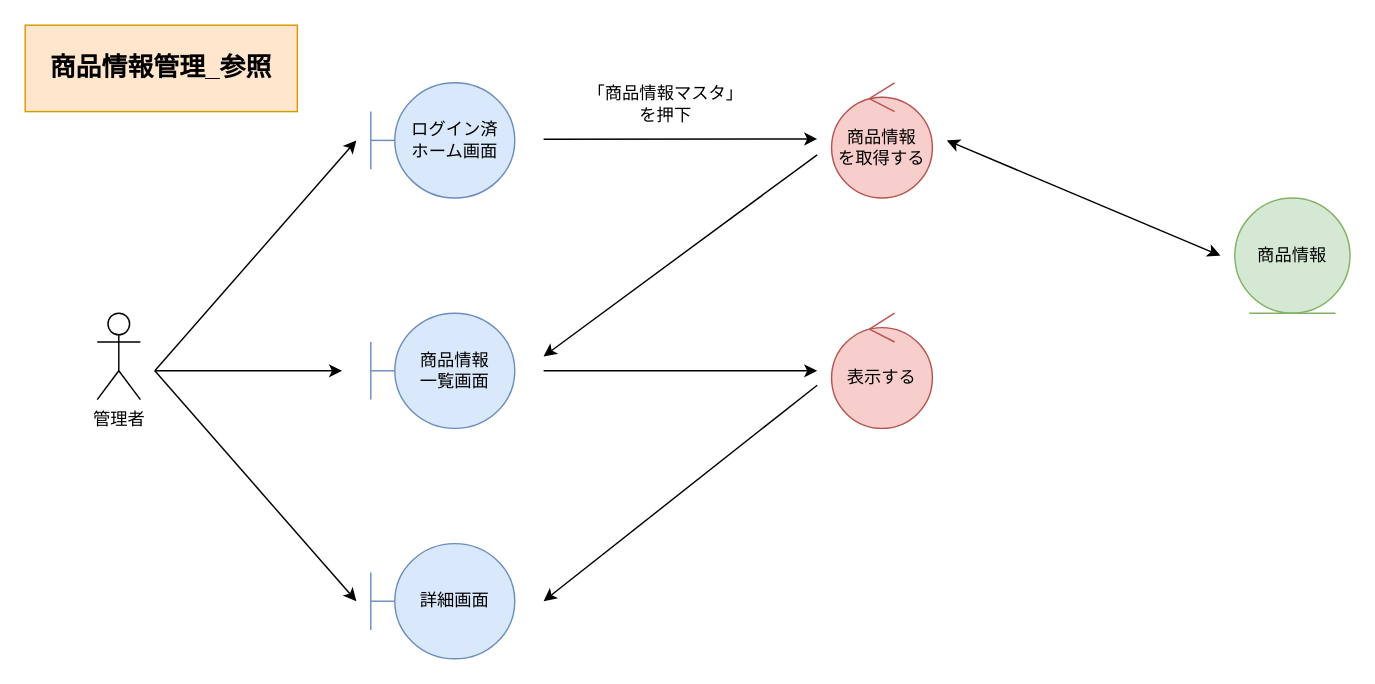
Above: page "*商品情報管理_参照" (2 of 4) of 各種設計書/3ロバストネス図/マスタ管理/4.商品情報マスタ.drawio in HaruShim/Sotuken (draw.io), before the change. Source tidied: cells renumbered, new cells numbered last; positions are measured from the earlier drawing's top-left corner, leaving out a move shared by most shapes. Both pictures are drawn from the tidied source at 144%, with x=0, y=0 at pixel (24, 24).
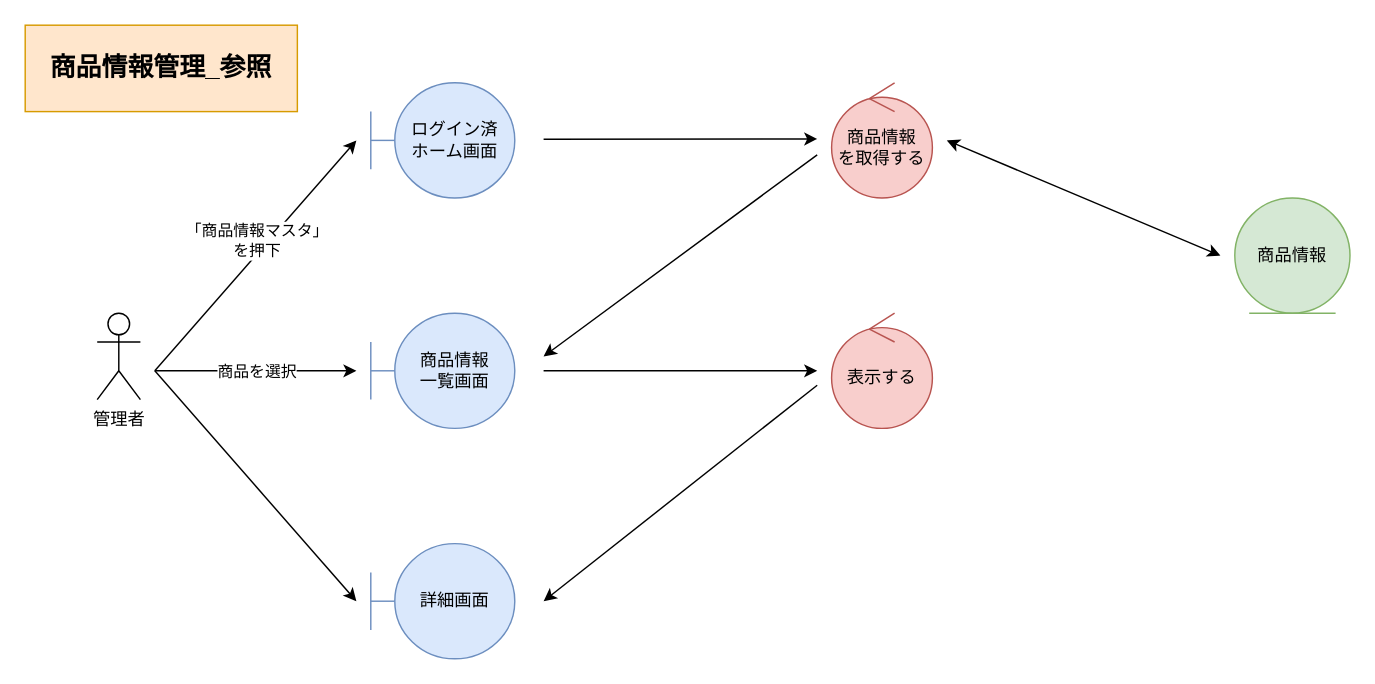
The same page after the edit.

Change to the diagram source:
```diff
@@
-    <mxCell id="2" value="管理者" style="shape=umlActor;verticalLabelPosition=bottom;verticalAlign=top;html=1;" parent="1" vertex="1">
-      <mxGeometry x="50" y="200" width="30" height="60" as="geometry" />
-    </mxCell>
@@
-    <mxCell id="6" style="endArrow=classic;html=1;rounded=0;" parent="1" edge="1">
-      <mxGeometry relative="1" as="geometry">
-        <mxPoint x="90" y="240" as="sourcePoint" />
-        <mxPoint x="230" y="80" as="targetPoint" />
-      </mxGeometry>
-    </mxCell>
-    <mxCell id="7" style="endArrow=classic;html=1;rounded=0;" parent="1" edge="1">
-      <mxGeometry relative="1" as="geometry">
-        <mxPoint x="90" y="240" as="sourcePoint" />
-        <mxPoint x="220" y="240" as="targetPoint" />
-      </mxGeometry>
-    </mxCell>
-    <mxCell id="8" style="endArrow=classic;html=1;rounded=0;" parent="1" edge="1">
-      <mxGeometry relative="1" as="geometry">
-        <mxPoint x="90" y="240" as="sourcePoint" />
-        <mxPoint x="230" y="400" as="targetPoint" />
-      </mxGeometry>
-    </mxCell>
@@
-    <mxCell id="13" value="「商品情報マスタ」&lt;br&gt;を押下" style="text;html=1;strokeColor=none;fillColor=none;align=center;verticalAlign=middle;whiteSpace=wrap;rounded=0;" parent="1" vertex="1">
-      <mxGeometry x="390" y="40" width="110" height="30" as="geometry" />
-    </mxCell>
@@
+    <mxCell id="2" value="管理者" style="shape=umlActor;verticalLabelPosition=bottom;verticalAlign=top;html=1;" parent="1" vertex="1">
+      <mxGeometry x="50" y="200" width="30" height="60" as="geometry" />
+    </mxCell>
+    <mxCell id="19" style="endArrow=classic;html=1;rounded=0;" parent="1" edge="1">
+      <mxGeometry relative="1" as="geometry">
+        <mxPoint x="90" y="240" as="sourcePoint" />
+        <mxPoint x="230" y="80" as="targetPoint" />
+      </mxGeometry>
+    </mxCell>
+    <mxCell id="13" value="「商品情報マスタ」&lt;br&gt;を押下" style="edgeLabel;html=1;align=center;verticalAlign=middle;" parent="19" vertex="1">
+      <mxGeometry x="-0.35" y="1" relative="1" as="geometry">
+        <mxPoint x="26" y="-38" as="offset" />
+      </mxGeometry>
+    </mxCell>
+    <mxCell id="20" style="endArrow=classic;html=1;rounded=0;" parent="1" edge="1">
+      <mxGeometry relative="1" as="geometry">
+        <mxPoint x="90" y="240" as="sourcePoint" />
+        <mxPoint x="230" y="400" as="targetPoint" />
+      </mxGeometry>
+    </mxCell>
+    <mxCell id="21" style="endArrow=classic;html=1;rounded=0;" parent="1" edge="1">
+      <mxGeometry relative="1" as="geometry">
+        <mxPoint x="90" y="240" as="sourcePoint" />
+        <mxPoint x="230" y="240" as="targetPoint" />
+      </mxGeometry>
+    </mxCell>
+    <mxCell id="22" value="商品を選択" style="edgeLabel;html=1;align=center;verticalAlign=middle;" parent="21" vertex="1">
+      <mxGeometry x="-0.22" y="-2" relative="1" as="geometry">
+        <mxPoint x="15" y="-2" as="offset" />
+      </mxGeometry>
+    </mxCell>
```
